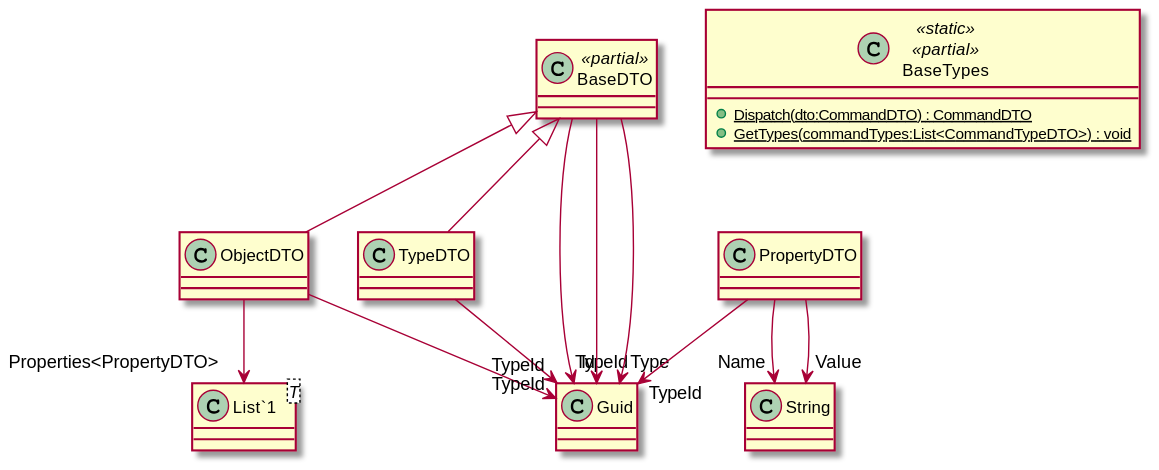
kokolorix/wEBcMD keeps this PlantUML diagram as wEBcMD/Doc/Types/cs/BaseTypes.svg. Above is the earlier version.
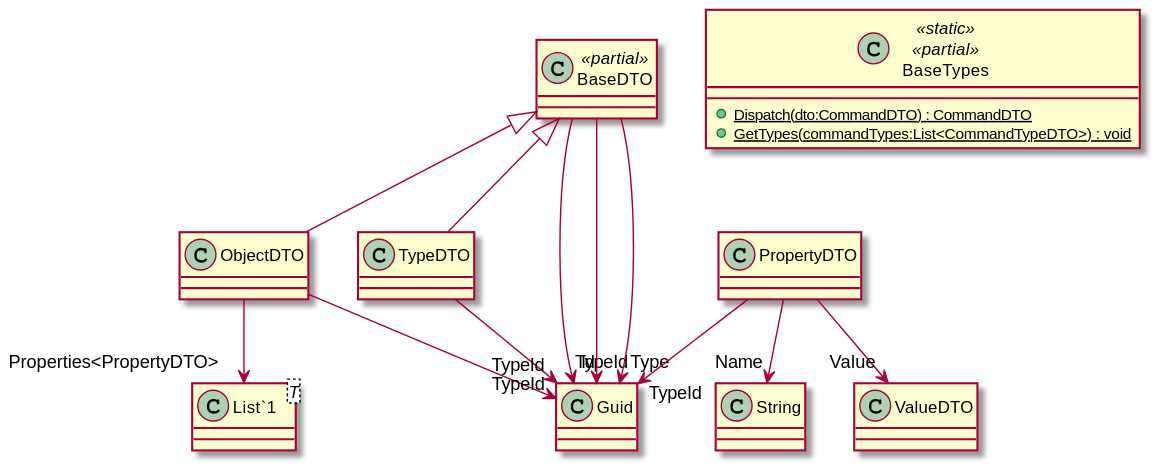
Later version of the same file.

What changed in the source:
```diff
@@ -20,7 +20,7 @@
 BaseDTO --> "Type" Guid
 PropertyDTO --> "TypeId" Guid
 PropertyDTO --> "Name" String
-PropertyDTO --> "Value" String
+PropertyDTO --> "Value" ValueDTO
 BaseDTO <|-- ObjectDTO
 ObjectDTO --> "TypeId" Guid
 ObjectDTO --> "Properties<PropertyDTO>" "List`1"
```
